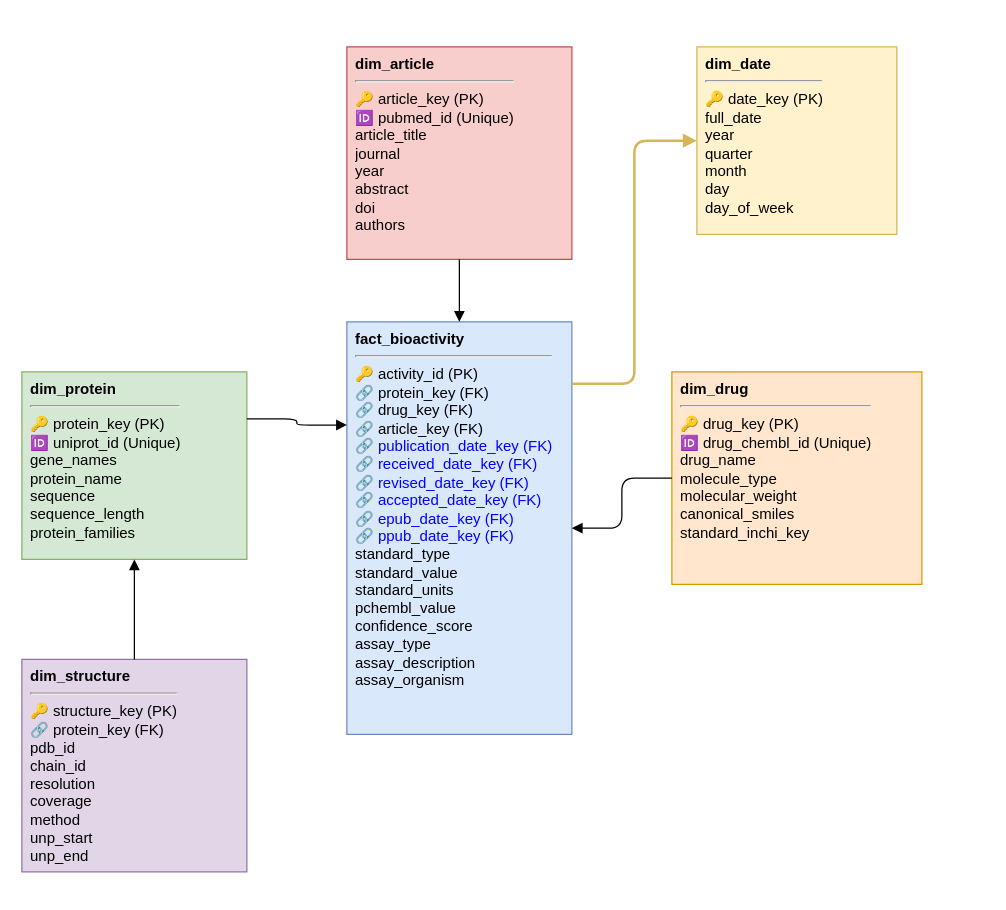
Above: ipai_project/src/database/eliqsir.drawio in BlackSabbitch/ELIQSIR (draw.io), before the change. Source tidied: cells renumbered, new cells numbered last; positions are measured from the earlier drawing's top-left corner, leaving out a move shared by most shapes. Both pictures are drawn from the tidied source at 125%, with x=0, y=0 at pixel (21, 46).
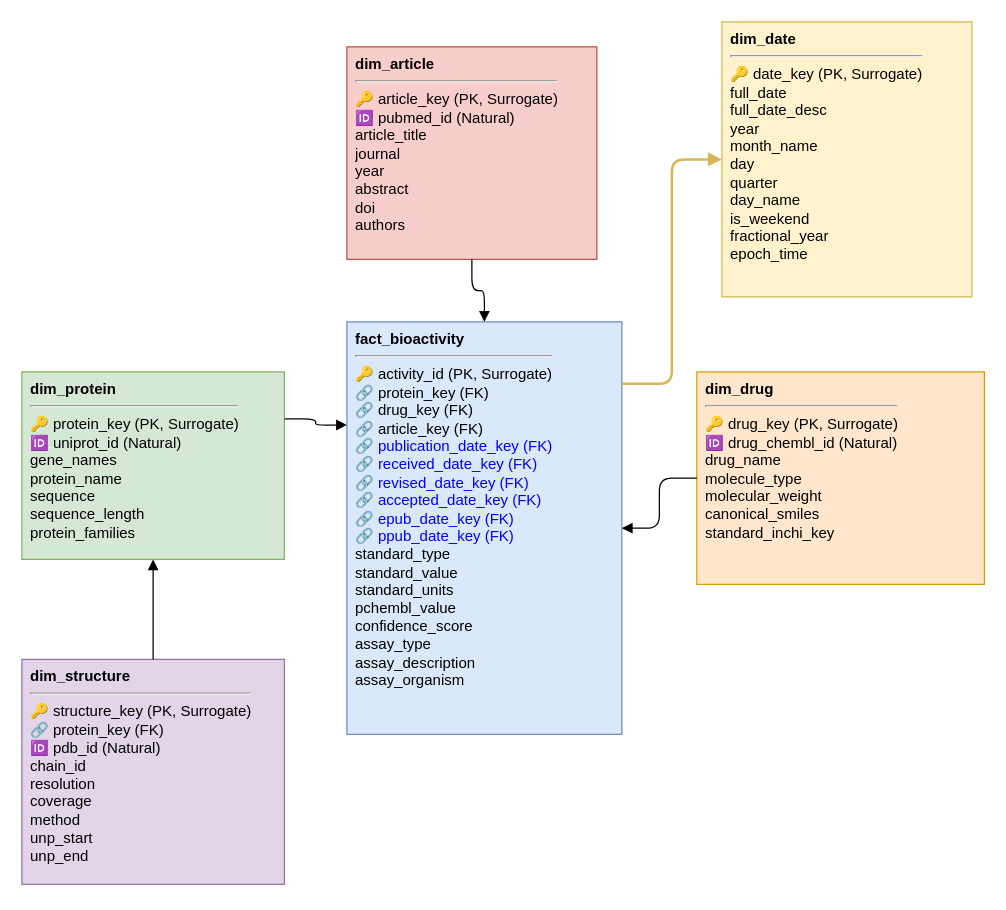
Above is the later version.

Commit message (it also covers changes not shown here):
feat: update dwh schema and rebuild date dimension

Change to the diagram source:
```diff
@@
 <mxGraphModel>
   <root>
     <mxCell id="0" />
     <mxCell id="1" parent="0" />
-    <mxCell id="2" value="&lt;b&gt;fact_bioactivity&lt;/b&gt;&lt;hr&gt;🔑 activity_id (PK)&lt;br&gt;🔗 protein_key (FK)&lt;br&gt;🔗 drug_key (FK)&lt;br&gt;🔗 article_key (FK)&lt;br&gt;&lt;font color=&quot;#0000ff&quot;&gt;🔗 publication_date_key (FK)&lt;br&gt;🔗 received_date_key (FK)&lt;br&gt;🔗 revised_date_key (FK)&lt;br&gt;🔗 accepted_date_key (FK)&lt;br&gt;🔗 epub_date_key (FK)&lt;br&gt;🔗 ppub_date_key (FK)&lt;/font&gt;&lt;br&gt;standard_type&lt;br&gt;standard_value&lt;br&gt;standard_units&lt;br&gt;pchembl_value&lt;br&gt;confidence_score&lt;br&gt;assay_type&lt;br&gt;assay_description&lt;br&gt;assay_organism" style="verticalAlign=top;align=left;overflow=hidden;fontSize=12;fontFamily=Helvetica;html=1;fillColor=#dae8fc;strokeColor=#6c8ebf;spacingLeft=5;" parent="1" vertex="1">
-      <mxGeometry x="260" y="220" width="180" height="330" as="geometry" />
+    <mxCell id="2" value="&lt;b&gt;fact_bioactivity&lt;/b&gt;&lt;hr&gt;🔑 activity_id (PK, Surrogate)&lt;br&gt;🔗 protein_key (FK)&lt;br&gt;🔗 drug_key (FK)&lt;br&gt;🔗 article_key (FK)&lt;br&gt;&lt;font color=&quot;#0000ff&quot;&gt;🔗 publication_date_key (FK)&lt;br&gt;🔗 received_date_key (FK)&lt;br&gt;🔗 revised_date_key (FK)&lt;br&gt;🔗 accepted_date_key (FK)&lt;br&gt;🔗 epub_date_key (FK)&lt;br&gt;🔗 ppub_date_key (FK)&lt;/font&gt;&lt;br&gt;standard_type&lt;br&gt;standard_value&lt;br&gt;standard_units&lt;br&gt;pchembl_value&lt;br&gt;confidence_score&lt;br&gt;assay_type&lt;br&gt;assay_description&lt;br&gt;assay_organism" style="verticalAlign=top;align=left;overflow=hidden;fontSize=12;fontFamily=Helvetica;html=1;fillColor=#dae8fc;strokeColor=#6c8ebf;spacingLeft=5;" parent="1" vertex="1">
+      <mxGeometry x="260" y="220" width="220" height="330" as="geometry" />
     </mxCell>
-    <mxCell id="3" value="&lt;b&gt;dim_date&lt;/b&gt;&lt;hr&gt;🔑 date_key (PK)&lt;br&gt;full_date&lt;br&gt;year&lt;br&gt;quarter&lt;br&gt;month&lt;br&gt;day&lt;br&gt;day_of_week" style="verticalAlign=top;align=left;overflow=hidden;fontSize=12;fontFamily=Helvetica;html=1;fillColor=#fff2cc;strokeColor=#d6b656;spacingLeft=5;" parent="1" vertex="1">
-      <mxGeometry x="540" width="160" height="150" as="geometry" />
+    <mxCell id="3" value="&lt;b&gt;dim_date&lt;/b&gt;&lt;hr&gt;🔑 date_key (PK, Surrogate)&lt;br&gt;full_date&lt;br&gt;full_date_desc&lt;br&gt;year&lt;br&gt;month_name&lt;br&gt;day&lt;br&gt;quarter&lt;br&gt;day_name&lt;br&gt;is_weekend&lt;br&gt;fractional_year&lt;br&gt;epoch_time" style="verticalAlign=top;align=left;overflow=hidden;fontSize=12;fontFamily=Helvetica;html=1;fillColor=#fff2cc;strokeColor=#d6b656;spacingLeft=5;" parent="1" vertex="1">
+      <mxGeometry x="560" y="-20" width="200" height="220" as="geometry" />
     </mxCell>
-    <mxCell id="4" value="&lt;b&gt;dim_protein&lt;/b&gt;&lt;hr&gt;🔑 protein_key (PK)&lt;br&gt;🆔 uniprot_id (Unique)&lt;br&gt;gene_names&lt;br&gt;protein_name&lt;br&gt;sequence&lt;br&gt;sequence_length&lt;br&gt;protein_families" style="verticalAlign=top;align=left;overflow=hidden;fontSize=12;fontFamily=Helvetica;html=1;fillColor=#d5e8d4;strokeColor=#82b366;spacingLeft=5;" parent="1" vertex="1">
-      <mxGeometry y="260" width="180" height="150" as="geometry" />
+    <mxCell id="4" value="&lt;b&gt;dim_protein&lt;/b&gt;&lt;hr&gt;🔑 protein_key (PK, Surrogate)&lt;br&gt;🆔 uniprot_id (Natural)&lt;br&gt;gene_names&lt;br&gt;protein_name&lt;br&gt;sequence&lt;br&gt;sequence_length&lt;br&gt;protein_families" style="verticalAlign=top;align=left;overflow=hidden;fontSize=12;fontFamily=Helvetica;html=1;fillColor=#d5e8d4;strokeColor=#82b366;spacingLeft=5;" parent="1" vertex="1">
+      <mxGeometry y="260" width="210" height="150" as="geometry" />
     </mxCell>
-    <mxCell id="5" value="&lt;b&gt;dim_drug&lt;/b&gt;&lt;hr&gt;🔑 drug_key (PK)&lt;br&gt;🆔 drug_chembl_id (Unique)&lt;br&gt;drug_name&lt;br&gt;molecule_type&lt;br&gt;molecular_weight&lt;br&gt;canonical_smiles&lt;br&gt;standard_inchi_key" style="verticalAlign=top;align=left;overflow=hidden;fontSize=12;fontFamily=Helvetica;html=1;fillColor=#ffe6cc;strokeColor=#d79b00;spacingLeft=5;" parent="1" vertex="1">
-      <mxGeometry x="520" y="260" width="200" height="170" as="geometry" />
+    <mxCell id="5" value="&lt;b&gt;dim_drug&lt;/b&gt;&lt;hr&gt;🔑 drug_key (PK, Surrogate)&lt;br&gt;🆔 drug_chembl_id (Natural)&lt;br&gt;drug_name&lt;br&gt;molecule_type&lt;br&gt;molecular_weight&lt;br&gt;canonical_smiles&lt;br&gt;standard_inchi_key" style="verticalAlign=top;align=left;overflow=hidden;fontSize=12;fontFamily=Helvetica;html=1;fillColor=#ffe6cc;strokeColor=#d79b00;spacingLeft=5;" parent="1" vertex="1">
+      <mxGeometry x="540" y="260" width="230" height="170" as="geometry" />
     </mxCell>
-    <mxCell id="6" value="&lt;b&gt;dim_article&lt;/b&gt;&lt;hr&gt;🔑 article_key (PK)&lt;br&gt;🆔 pubmed_id (Unique)&lt;br&gt;article_title&lt;br&gt;journal&lt;br&gt;year&lt;br&gt;abstract&lt;br&gt;doi&lt;br&gt;authors" style="verticalAlign=top;align=left;overflow=hidden;fontSize=12;fontFamily=Helvetica;html=1;fillColor=#f8cecc;strokeColor=#b85450;spacingLeft=5;" parent="1" vertex="1">
-      <mxGeometry x="260" width="180" height="170" as="geometry" />
+    <mxCell id="6" value="&lt;b&gt;dim_article&lt;/b&gt;&lt;hr&gt;🔑 article_key (PK, Surrogate)&lt;br&gt;🆔 pubmed_id (Natural)&lt;br&gt;article_title&lt;br&gt;journal&lt;br&gt;year&lt;br&gt;abstract&lt;br&gt;doi&lt;br&gt;authors" style="verticalAlign=top;align=left;overflow=hidden;fontSize=12;fontFamily=Helvetica;html=1;fillColor=#f8cecc;strokeColor=#b85450;spacingLeft=5;" parent="1" vertex="1">
+      <mxGeometry x="260" width="200" height="170" as="geometry" />
     </mxCell>
-    <mxCell id="7" value="&lt;b&gt;dim_structure&lt;/b&gt;&lt;hr&gt;🔑 structure_key (PK)&lt;br&gt;🔗 protein_key (FK)&lt;br&gt;pdb_id&lt;br&gt;chain_id&lt;br&gt;resolution&lt;br&gt;coverage&lt;br&gt;method&lt;br&gt;unp_start&lt;br&gt;unp_end" style="verticalAlign=top;align=left;overflow=hidden;fontSize=12;fontFamily=Helvetica;html=1;fillColor=#e1d5e7;strokeColor=#9673a6;spacingLeft=5;" parent="1" vertex="1">
-      <mxGeometry y="490" width="180" height="170" as="geometry" />
+    <mxCell id="7" value="&lt;b&gt;dim_structure&lt;/b&gt;&lt;hr&gt;🔑 structure_key (PK, Surrogate)&lt;br&gt;🔗 protein_key (FK)&lt;br&gt;🆔 pdb_id (Natural)&lt;br&gt;chain_id&lt;br&gt;resolution&lt;br&gt;coverage&lt;br&gt;method&lt;br&gt;unp_start&lt;br&gt;unp_end" style="verticalAlign=top;align=left;overflow=hidden;fontSize=12;fontFamily=Helvetica;html=1;fillColor=#e1d5e7;strokeColor=#9673a6;spacingLeft=5;" parent="1" vertex="1">
+      <mxGeometry y="490" width="210" height="180" as="geometry" />
     </mxCell>
     <mxCell id="8" style="edgeStyle=orthogonalEdgeStyle;rounded=1;html=1;entryX=0;entryY=0.5;entryDx=0;entryDy=0;exitX=1;exitY=0.15;exitDx=0;exitDy=0;strokeColor=#d6b656;strokeWidth=2;endArrow=block;endFill=1;" parent="1" edge="1" source="2" target="3">
       <mxGeometry relative="1" as="geometry" />
     </mxCell>
     <mxCell id="9" style="edgeStyle=orthogonalEdgeStyle;rounded=1;html=1;entryX=0;entryY=0.25;entryDx=0;entryDy=0;exitX=1;exitY=0.25;exitDx=0;exitDy=0;endArrow=block;endFill=1;" parent="1" edge="1" source="4" target="2">
       <mxGeometry relative="1" as="geometry" />
     </mxCell>
     <mxCell id="10" style="edgeStyle=orthogonalEdgeStyle;rounded=1;html=1;entryX=1;entryY=0.5;entryDx=0;entryDy=0;exitX=0;exitY=0.5;exitDx=0;exitDy=0;endArrow=block;endFill=1;" parent="1" edge="1" source="5" target="2">
       <mxGeometry relative="1" as="geometry" />
     </mxCell>
     <mxCell id="11" style="edgeStyle=orthogonalEdgeStyle;rounded=1;html=1;entryX=0.5;entryY=0;entryDx=0;entryDy=0;exitX=0.5;exitY=1;exitDx=0;exitDy=0;endArrow=block;endFill=1;" parent="1" edge="1" source="6" target="2">
       <mxGeometry relative="1" as="geometry" />
     </mxCell>
     <mxCell id="12" style="edgeStyle=orthogonalEdgeStyle;rounded=1;html=1;entryX=0.5;entryY=1;entryDx=0;entryDy=0;exitX=0.5;exitY=0;exitDx=0;exitDy=0;endArrow=block;endFill=1;" parent="1" edge="1" source="7" target="4">
       <mxGeometry relative="1" as="geometry" />
     </mxCell>
   </root>
 </mxGraphModel>
```
